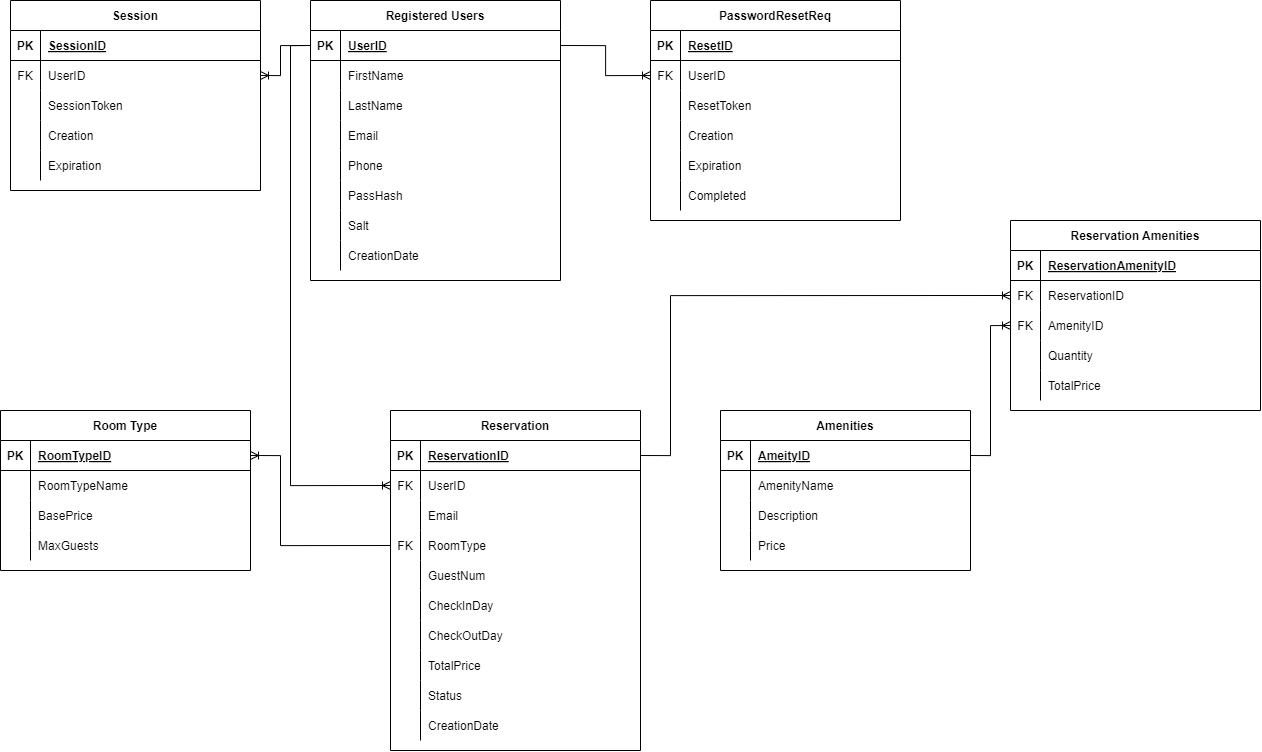
RUKtheCROOK/Moffat-Bay keeps this draw.io diagram as Old Assignment Folder/Module 4/CSD_Mod4_Bravo_ERD.png. Above is the earlier version. Source tidied: cells renumbered, new cells last; positions are measured from the earlier drawing's top-left corner, leaving out a move shared by most shapes.
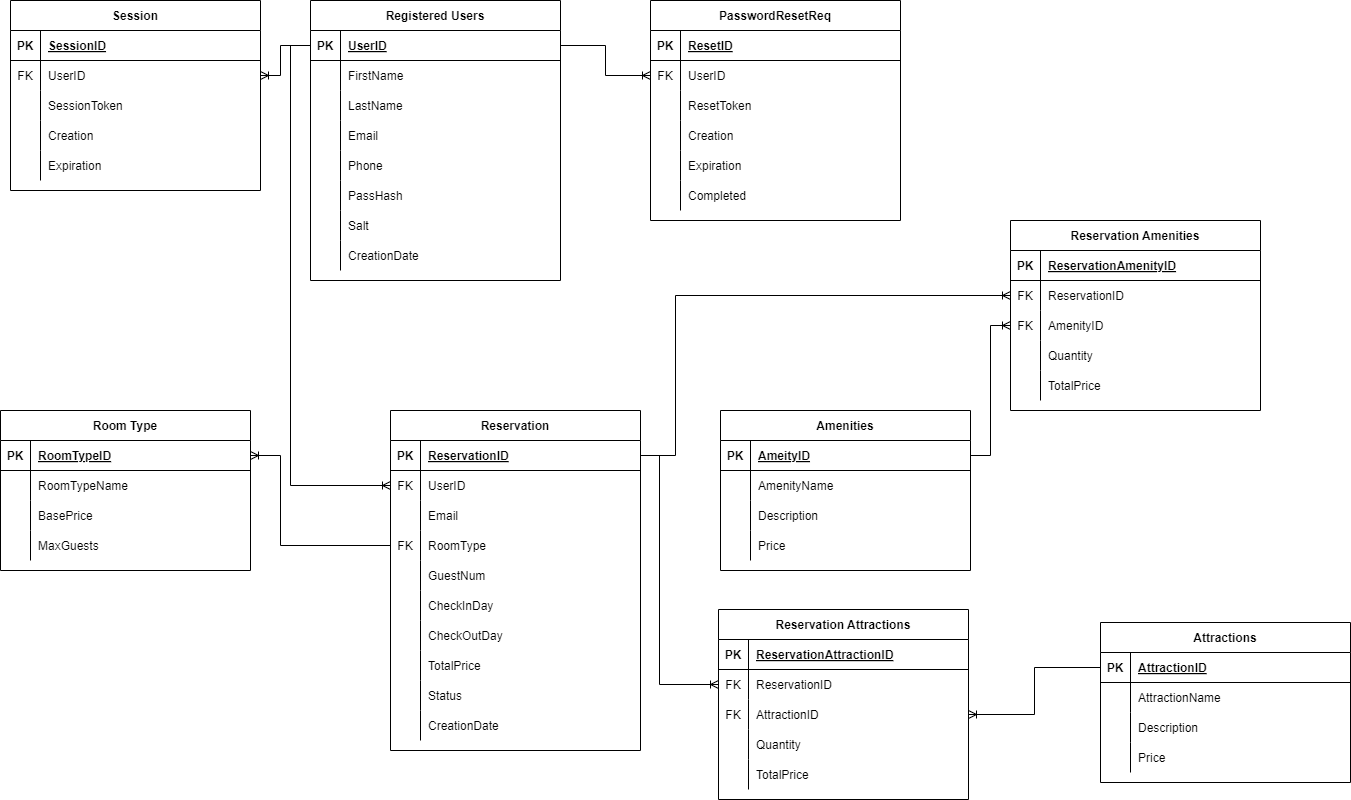
After the change.

Commit message:
Update for amenity and attractions

What changed in the source:
```diff
@@ -426,13 +426,111 @@
     <mxCell id="139" style="edgeStyle=orthogonalEdgeStyle;rounded=0;jettySize=auto;html=1;exitX=1;exitY=0.5;exitDx=0;exitDy=0;entryX=0;entryY=0.5;entryDx=0;entryDy=0;endArrow=ERoneToMany;endFill=0;" parent="1" edge="1" source="3" target="75">
       <mxGeometry relative="1" as="geometry">
         <Array as="points">
-          <mxPoint x="670" y="455" />
-          <mxPoint x="670" y="295" />
+          <mxPoint x="675" y="455" />
+          <mxPoint x="675" y="295" />
         </Array>
       </mxGeometry>
     </mxCell>
     <mxCell id="140" style="edgeStyle=orthogonalEdgeStyle;rounded=0;jettySize=auto;html=1;exitX=1;exitY=0.5;exitDx=0;exitDy=0;entryX=0;entryY=0.5;entryDx=0;entryDy=0;endArrow=ERoneToMany;endFill=0;" parent="1" edge="1" source="34" target="78">
       <mxGeometry relative="1" as="geometry" />
     </mxCell>
+    <mxCell id="141" value="Reservation Attractions" style="shape=table;startSize=30;rowLines=0;fontStyle=1;align=center;" parent="1" vertex="1">
+      <mxGeometry x="718" y="609" width="250" height="190" as="geometry" />
+    </mxCell>
+    <mxCell id="142" style="shape=partialRectangle;fillColor=none;top=0;left=0;right=0;bottom=1;" parent="141" vertex="1">
+      <mxGeometry y="30" width="250" height="30" as="geometry" />
+    </mxCell>
+    <mxCell id="143" value="PK" style="shape=partialRectangle;overflow=hidden;fillColor=none;top=0;left=0;bottom=0;right=0;fontStyle=1;" parent="142" vertex="1">
+      <mxGeometry width="30" height="30" as="geometry" />
+    </mxCell>
+    <mxCell id="144" value="ReservationAttractionID" style="shape=partialRectangle;overflow=hidden;fillColor=none;top=0;left=0;bottom=0;right=0;align=left;spacingLeft=6;fontStyle=5;" parent="142" vertex="1">
+      <mxGeometry x="30" width="220" height="30" as="geometry" />
+    </mxCell>
+    <mxCell id="145" style="shape=partialRectangle;fillColor=none;points=[[0,0.5],[1,0.5]];portConstraint=eastwest;top=0;left=0;right=0;bottom=0;" parent="141" vertex="1">
+      <mxGeometry y="60" width="250" height="30" as="geometry" />
+    </mxCell>
+    <mxCell id="146" value="FK" style="shape=partialRectangle;overflow=hidden;fillColor=none;top=0;left=0;bottom=0;right=0;" parent="145" vertex="1">
+      <mxGeometry width="30" height="30" as="geometry" />
+    </mxCell>
+    <mxCell id="147" value="ReservationID" style="shape=partialRectangle;overflow=hidden;fillColor=none;top=0;left=0;bottom=0;right=0;align=left;spacingLeft=6;" parent="145" vertex="1">
+      <mxGeometry x="30" width="220" height="30" as="geometry" />
+    </mxCell>
+    <mxCell id="148" style="shape=partialRectangle;fillColor=none;points=[[0,0.5],[1,0.5]];portConstraint=eastwest;top=0;left=0;right=0;bottom=0;" parent="141" vertex="1">
+      <mxGeometry y="90" width="250" height="30" as="geometry" />
+    </mxCell>
+    <mxCell id="149" value="FK" style="shape=partialRectangle;overflow=hidden;fillColor=none;top=0;left=0;bottom=0;right=0;" parent="148" vertex="1">
+      <mxGeometry width="30" height="30" as="geometry" />
+    </mxCell>
+    <mxCell id="150" value="AttractionID" style="shape=partialRectangle;overflow=hidden;fillColor=none;top=0;left=0;bottom=0;right=0;align=left;spacingLeft=6;" parent="148" vertex="1">
+      <mxGeometry x="30" width="220" height="30" as="geometry" />
+    </mxCell>
+    <mxCell id="151" style="shape=partialRectangle;fillColor=none;top=0;left=0;right=0;bottom=0;" parent="141" vertex="1">
+      <mxGeometry y="120" width="250" height="30" as="geometry" />
+    </mxCell>
+    <mxCell id="152" style="shape=partialRectangle;overflow=hidden;fillColor=none;top=0;left=0;bottom=0;right=0;" parent="151" vertex="1">
+      <mxGeometry width="30" height="30" as="geometry" />
+    </mxCell>
+    <mxCell id="153" value="Quantity" style="shape=partialRectangle;overflow=hidden;fillColor=none;top=0;left=0;bottom=0;right=0;align=left;spacingLeft=6;" parent="151" vertex="1">
+      <mxGeometry x="30" width="220" height="30" as="geometry" />
+    </mxCell>
+    <mxCell id="154" style="shape=partialRectangle;fillColor=none;top=0;left=0;right=0;bottom=0;" parent="141" vertex="1">
+      <mxGeometry y="150" width="250" height="30" as="geometry" />
+    </mxCell>
+    <mxCell id="155" style="shape=partialRectangle;overflow=hidden;fillColor=none;top=0;left=0;bottom=0;right=0;" parent="154" vertex="1">
+      <mxGeometry width="30" height="30" as="geometry" />
+    </mxCell>
+    <mxCell id="156" value="TotalPrice" style="shape=partialRectangle;overflow=hidden;fillColor=none;top=0;left=0;bottom=0;right=0;align=left;spacingLeft=6;" parent="154" vertex="1">
+      <mxGeometry x="30" width="220" height="30" as="geometry" />
+    </mxCell>
+    <mxCell id="157" value="Attractions" style="shape=table;startSize=30;rowLines=0;fontStyle=1;align=center;" parent="1" vertex="1">
+      <mxGeometry x="1100" y="622" width="250" height="160" as="geometry" />
+    </mxCell>
+    <mxCell id="158" style="shape=partialRectangle;fillColor=none;points=[[0,0.5],[1,0.5]];portConstraint=eastwest;top=0;left=0;right=0;bottom=1;" parent="157" vertex="1">
+      <mxGeometry y="30" width="250" height="30" as="geometry" />
+    </mxCell>
+    <mxCell id="159" value="PK" style="shape=partialRectangle;overflow=hidden;fillColor=none;top=0;left=0;bottom=0;right=0;fontStyle=1;" parent="158" vertex="1">
+      <mxGeometry width="30" height="30" as="geometry" />
+    </mxCell>
+    <mxCell id="160" value="AttractionID" style="shape=partialRectangle;overflow=hidden;fillColor=none;top=0;left=0;bottom=0;right=0;align=left;spacingLeft=6;fontStyle=5;" parent="158" vertex="1">
+      <mxGeometry x="30" width="220" height="30" as="geometry" />
+    </mxCell>
+    <mxCell id="161" style="shape=partialRectangle;fillColor=none;top=0;left=0;right=0;bottom=0;" parent="157" vertex="1">
+      <mxGeometry y="60" width="250" height="30" as="geometry" />
+    </mxCell>
+    <mxCell id="162" style="shape=partialRectangle;overflow=hidden;fillColor=none;top=0;left=0;bottom=0;right=0;" parent="161" vertex="1">
+      <mxGeometry width="30" height="30" as="geometry" />
+    </mxCell>
+    <mxCell id="163" value="AttractionName" style="shape=partialRectangle;overflow=hidden;fillColor=none;top=0;left=0;bottom=0;right=0;align=left;spacingLeft=6;" parent="161" vertex="1">
+      <mxGeometry x="30" width="220" height="30" as="geometry" />
+    </mxCell>
+    <mxCell id="164" style="shape=partialRectangle;fillColor=none;top=0;left=0;right=0;bottom=0;" parent="157" vertex="1">
+      <mxGeometry y="90" width="250" height="30" as="geometry" />
+    </mxCell>
+    <mxCell id="165" style="shape=partialRectangle;overflow=hidden;fillColor=none;top=0;left=0;bottom=0;right=0;" parent="164" vertex="1">
+      <mxGeometry width="30" height="30" as="geometry" />
+    </mxCell>
+    <mxCell id="166" value="Description" style="shape=partialRectangle;overflow=hidden;fillColor=none;top=0;left=0;bottom=0;right=0;align=left;spacingLeft=6;" parent="164" vertex="1">
+      <mxGeometry x="30" width="220" height="30" as="geometry" />
+    </mxCell>
+    <mxCell id="167" style="shape=partialRectangle;fillColor=none;top=0;left=0;right=0;bottom=0;" parent="157" vertex="1">
+      <mxGeometry y="120" width="250" height="30" as="geometry" />
+    </mxCell>
+    <mxCell id="168" style="shape=partialRectangle;overflow=hidden;fillColor=none;top=0;left=0;bottom=0;right=0;" parent="167" vertex="1">
+      <mxGeometry width="30" height="30" as="geometry" />
+    </mxCell>
+    <mxCell id="169" value="Price" style="shape=partialRectangle;overflow=hidden;fillColor=none;top=0;left=0;bottom=0;right=0;align=left;spacingLeft=6;" parent="167" vertex="1">
+      <mxGeometry x="30" width="220" height="30" as="geometry" />
+    </mxCell>
+    <mxCell id="170" style="edgeStyle=orthogonalEdgeStyle;rounded=0;jettySize=auto;html=1;exitX=1;exitY=0.5;exitDx=0;exitDy=0;entryX=0;entryY=0.5;entryDx=0;entryDy=0;endArrow=ERoneToMany;endFill=0;" parent="1" edge="1" source="3" target="145">
+      <mxGeometry relative="1" as="geometry">
+        <Array as="points">
+          <mxPoint x="659" y="455" />
+          <mxPoint x="659" y="684" />
+        </Array>
+      </mxGeometry>
+    </mxCell>
+    <mxCell id="171" style="edgeStyle=orthogonalEdgeStyle;rounded=0;jettySize=auto;html=1;exitX=0;exitY=0.5;exitDx=0;exitDy=0;entryX=1;entryY=0.5;entryDx=0;entryDy=0;endArrow=ERoneToMany;endFill=0;" parent="1" edge="1" source="158" target="148">
+      <mxGeometry relative="1" as="geometry" />
+    </mxCell>
   </root>
 </mxGraphModel>
```
